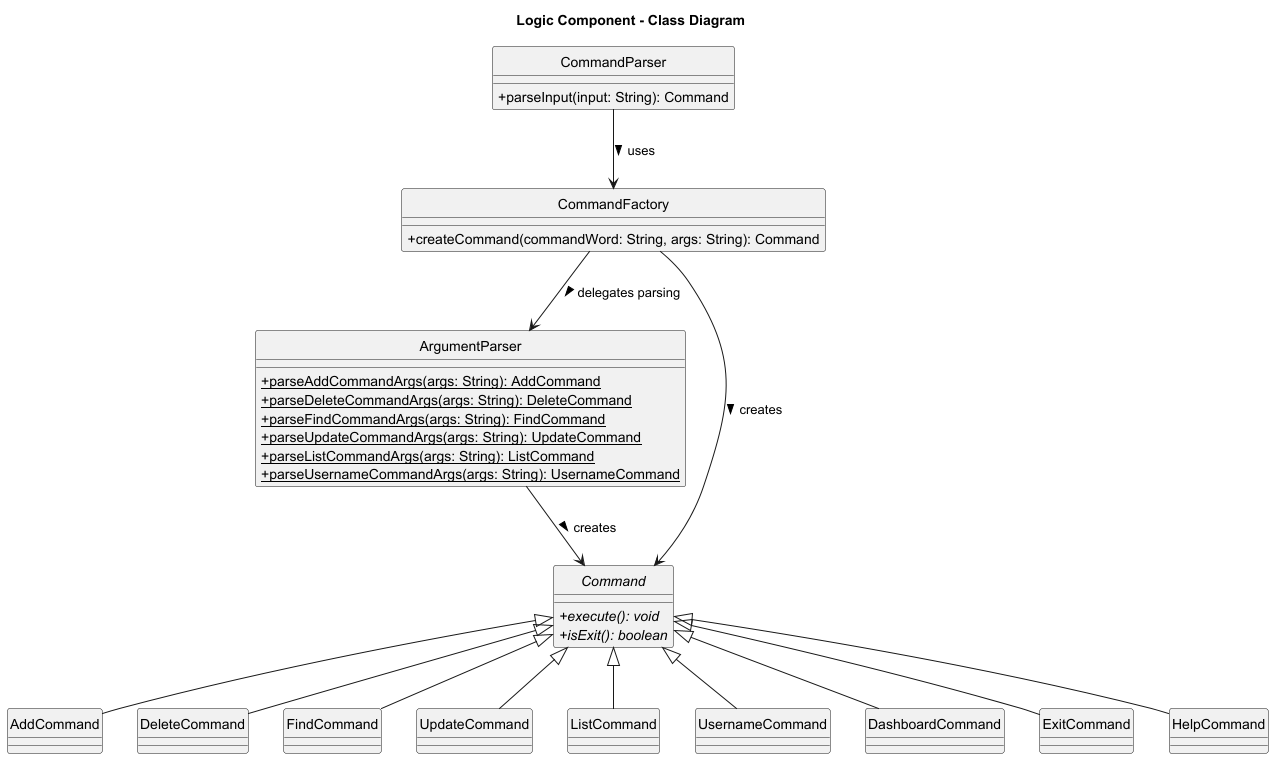
Earlier version of the PlantUML export docs/diagrams/LogicComponentCD.png (AY2526S1-CS2113-W14-4/tp).
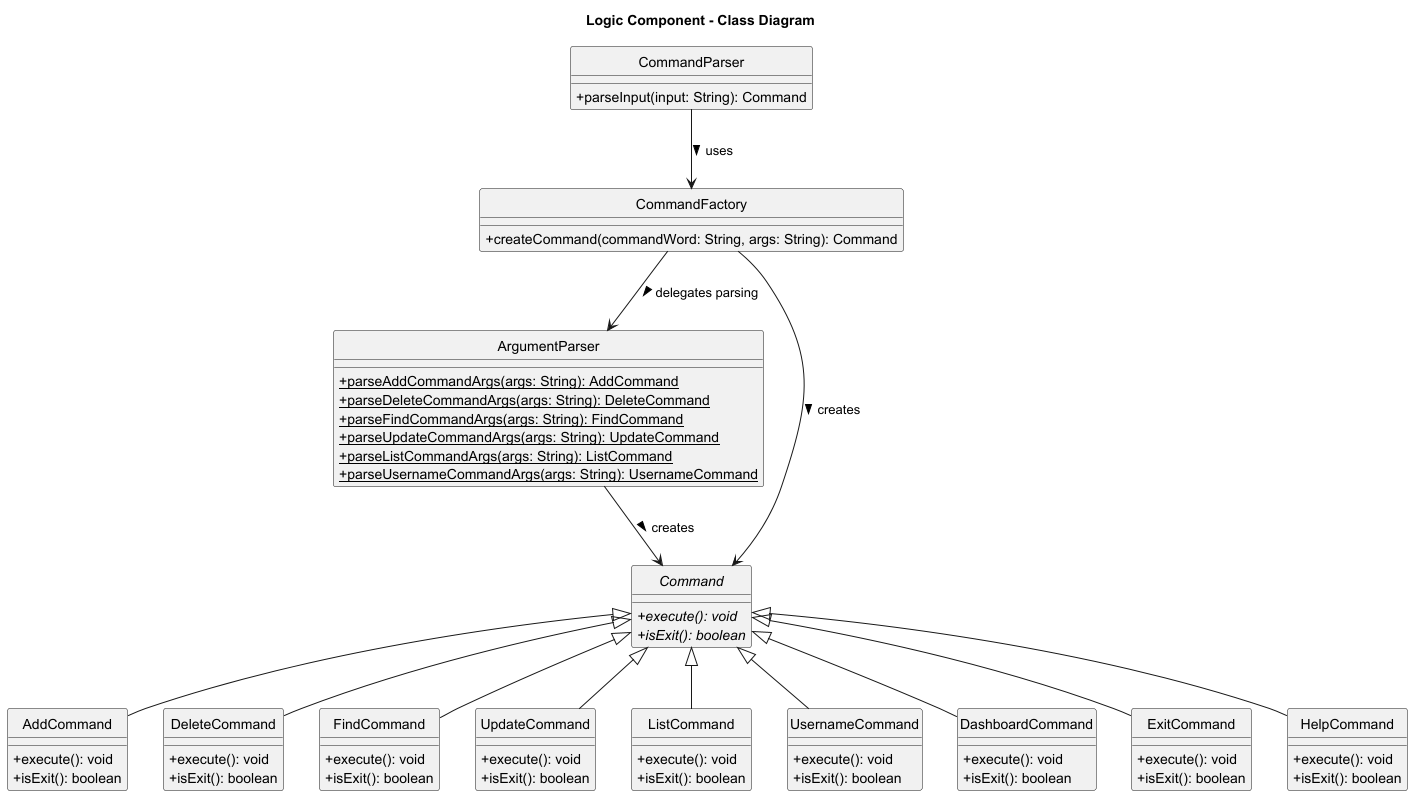
Above is the later version.

Commit message:
Fix more UML diagrams

What changed in the source:
```diff
@@ -25,15 +25,50 @@
     + {abstract} isExit(): boolean
 }
 
-class AddCommand
+class AddCommand {
+    + execute(): void
+    + isExit(): boolean
+}
 class DeleteCommand
+{
+    + execute(): void
+    + isExit(): boolean
+}
 class FindCommand
+{
+    + execute(): void
+    + isExit(): boolean
+}
 class UpdateCommand
+{
+    + execute(): void
+    + isExit(): boolean
+}
 class ListCommand
+{
+    + execute(): void
+    + isExit(): boolean
+}
 class UsernameCommand
+{
+    + execute(): void
+    + isExit(): boolean
+}
 class DashboardCommand
+{
+    + execute(): void
+    + isExit(): boolean
+}
 class ExitCommand
+{
+    + execute(): void
+    + isExit(): boolean
+}
 class HelpCommand
+{
+    + execute(): void
+    + isExit(): boolean
+}
 
 CommandParser --> CommandFactory : uses >
 CommandFactory --> ArgumentParser : delegates parsing >
```
